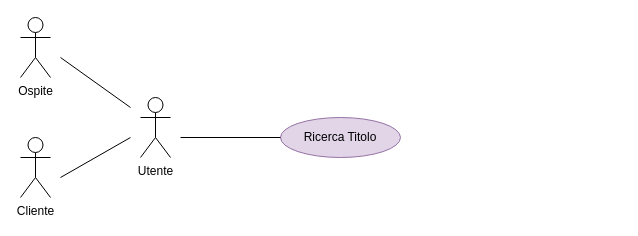
is-shodan-20-21/docs keeps this draw.io diagram as 2021-11-11/Schemi/Use Cases/Ricerca Titolo.drawio. Above is the earlier version. Source tidied: cells renumbered, new cells numbered last; positions are measured from the earlier drawing's top-left corner, leaving out a move shared by most shapes. Both pictures are drawn from the tidied source at 100%, with x=0, y=0 at pixel (20, 17).
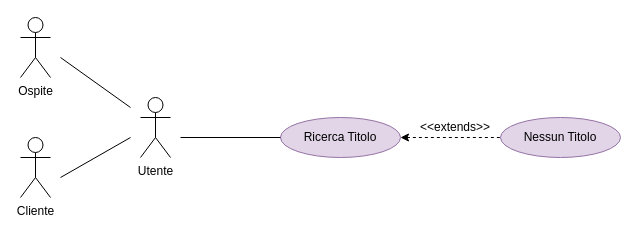
After the change.

The edit, as a diff of the source:
```diff
@@
 <mxGraphModel>
   <root>
     <mxCell id="0" />
     <mxCell id="1" parent="0" />
     <mxCell id="2" value="Ospite" style="shape=umlActor;verticalLabelPosition=bottom;verticalAlign=top;html=1;" parent="1" vertex="1">
       <mxGeometry width="30" height="60" as="geometry" />
     </mxCell>
     <mxCell id="3" value="Cliente" style="shape=umlActor;verticalLabelPosition=bottom;verticalAlign=top;html=1;" parent="1" vertex="1">
       <mxGeometry y="120" width="30" height="60" as="geometry" />
     </mxCell>
     <mxCell id="4" value="Utente" style="shape=umlActor;verticalLabelPosition=bottom;verticalAlign=top;html=1;" parent="1" vertex="1">
       <mxGeometry x="120" y="80" width="30" height="60" as="geometry" />
     </mxCell>
     <mxCell id="5" value="Ricerca Titolo" style="ellipse;whiteSpace=wrap;html=1;fillColor=#e1d5e7;strokeColor=#9673a6;" parent="1" vertex="1">
       <mxGeometry x="260" y="100" width="120" height="40" as="geometry" />
     </mxCell>
     <mxCell id="6" style="endArrow=none;html=1;rounded=0;" parent="1" edge="1">
       <mxGeometry relative="1" as="geometry">
         <mxPoint x="40" y="40" as="sourcePoint" />
         <mxPoint x="110" y="90" as="targetPoint" />
       </mxGeometry>
     </mxCell>
     <mxCell id="7" style="endArrow=none;html=1;rounded=0;" parent="1" edge="1">
       <mxGeometry relative="1" as="geometry">
         <mxPoint x="40" y="160" as="sourcePoint" />
         <mxPoint x="110" y="120" as="targetPoint" />
       </mxGeometry>
     </mxCell>
     <mxCell id="8" style="endArrow=none;html=1;rounded=0;entryX=0;entryY=0.5;entryDx=0;entryDy=0;" parent="1" edge="1" target="5">
       <mxGeometry relative="1" as="geometry">
         <mxPoint x="160" y="120" as="sourcePoint" />
       </mxGeometry>
     </mxCell>
+    <mxCell id="9" value="Nessun Titolo" style="ellipse;whiteSpace=wrap;html=1;fillColor=#e1d5e7;strokeColor=#9673a6;" parent="1" vertex="1">
+      <mxGeometry x="480" y="100" width="120" height="40" as="geometry" />
+    </mxCell>
+    <mxCell id="10" style="endArrow=none;dashed=1;html=1;rounded=0;startArrow=classic;startFill=1;entryX=0;entryY=0.5;entryDx=0;entryDy=0;exitX=1;exitY=0.5;exitDx=0;exitDy=0;" parent="1" edge="1" source="5" target="9">
+      <mxGeometry relative="1" as="geometry" />
+    </mxCell>
+    <mxCell id="11" value="&amp;lt;&amp;lt;extends&amp;gt;&amp;gt;" style="text;html=1;strokeColor=none;fillColor=none;align=center;verticalAlign=middle;whiteSpace=wrap;rounded=0;" parent="1" vertex="1">
+      <mxGeometry x="400" y="95" width="70" height="30" as="geometry" />
+    </mxCell>
   </root>
 </mxGraphModel>
```
